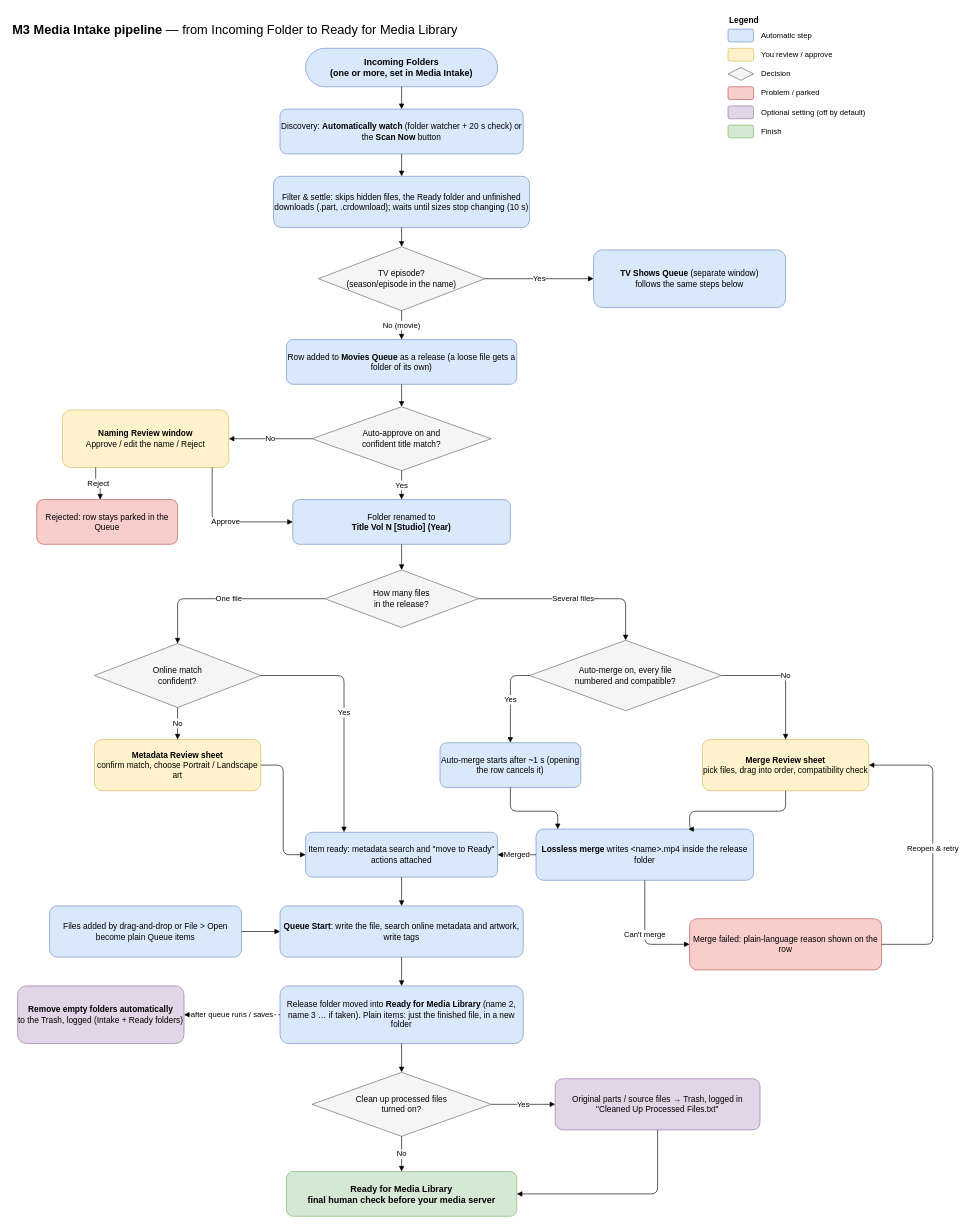
The draw.io diagram Documentation/diagrams/M3-intake-pipeline.drawio in MediaMetadataManager/MediaMetadataManager, before the edit. Source tidied: cells renumbered, new cells numbered last; positions are measured from the earlier drawing's top-left corner, leaving out a move shared by most shapes. Both pictures are drawn from the tidied source at 64%, with x=0, y=0 at pixel (11, 11).
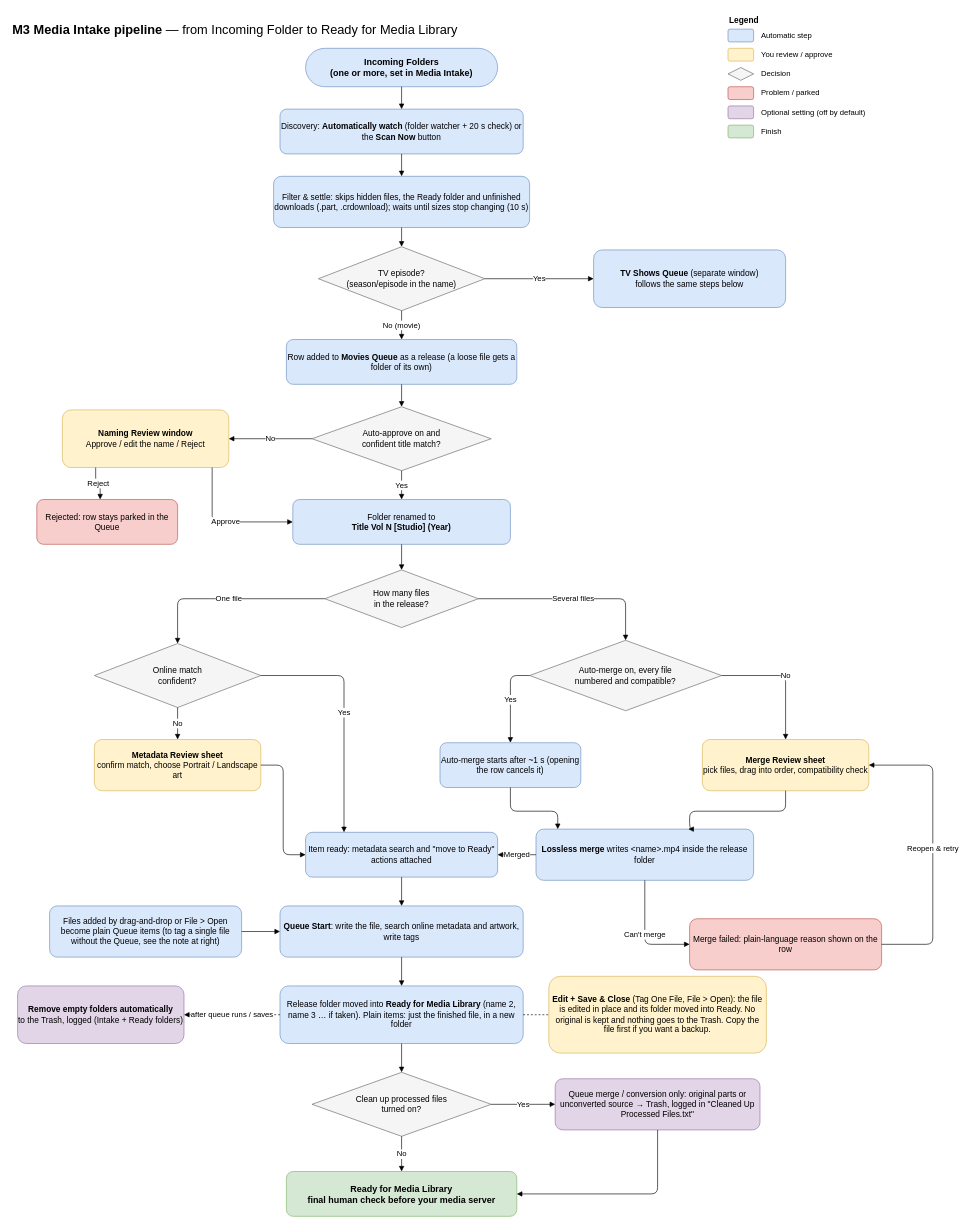
Above is the later version.

The change refers to these unchanged cells:
```xml
<mxCell id="23" value="Release folder moved into &lt;b&gt;Ready for Media Library&lt;/b&gt; (name 2, name 3 &amp;hellip; if taken). Plain items: just the finished file, in a new folder" style="rounded=1;whiteSpace=wrap;html=1;fillColor=#dae8fc;strokeColor=#6c8ebf;fontSize=13;" parent="1" vertex="1">
  <mxGeometry x="420" y="1523" width="380" height="90" as="geometry" />
</mxCell>
```

The edit, as a diff of the source:
```diff
@@
-    <mxCell id="22" value="Files added by drag-and-drop or File &amp;gt; Open become plain Queue items" style="rounded=1;whiteSpace=wrap;html=1;fillColor=#dae8fc;strokeColor=#6c8ebf;fontSize=13;" parent="1" vertex="1">
+    <mxCell id="22" value="Files added by drag-and-drop or File &amp;gt; Open become plain Queue items (to tag a single file without the Queue, see the note at right)" style="rounded=1;whiteSpace=wrap;html=1;fillColor=#dae8fc;strokeColor=#6c8ebf;fontSize=13;" parent="1" vertex="1">
       <mxGeometry x="60" y="1398" width="300" height="80" as="geometry" />
     </mxCell>
@@
-    <mxCell id="26" value="Original parts / source files &amp;rarr; Trash, logged in &quot;Cleaned Up Processed Files.txt&quot;" style="rounded=1;whiteSpace=wrap;html=1;fillColor=#e1d5e7;strokeColor=#9673a6;fontSize=13;" parent="1" vertex="1">
+    <mxCell id="26" value="Queue merge / conversion only: original parts or unconverted source &amp;rarr; Trash, logged in &quot;Cleaned Up Processed Files.txt&quot;" style="rounded=1;whiteSpace=wrap;html=1;fillColor=#e1d5e7;strokeColor=#9673a6;fontSize=13;" parent="1" vertex="1">
       <mxGeometry x="850" y="1668" width="320" height="80" as="geometry" />
     </mxCell>
@@
+    <mxCell id="73" value="&lt;b&gt;Edit + Save &amp;amp; Close&lt;/b&gt; (Tag One File, File &amp;gt; Open): the file is edited in place and its folder moved into Ready. No original is kept and nothing goes to the Trash. Copy the file first if you want a backup." style="rounded=1;whiteSpace=wrap;html=1;fillColor=#fff2cc;strokeColor=#d6b656;fontSize=13;" parent="1" vertex="1">
+      <mxGeometry x="840" y="1508" width="340" height="120" as="geometry" />
+    </mxCell>
+    <mxCell id="74" style="edgeStyle=orthogonalEdgeStyle;rounded=1;html=1;endArrow=none;dashed=1;exitX=1;exitY=0.5;exitDx=0;exitDy=0;entryX=0;entryY=0.5;entryDx=0;entryDy=0;" parent="1" edge="1" source="23" target="73">
+      <mxGeometry relative="1" as="geometry" />
+    </mxCell>
```
